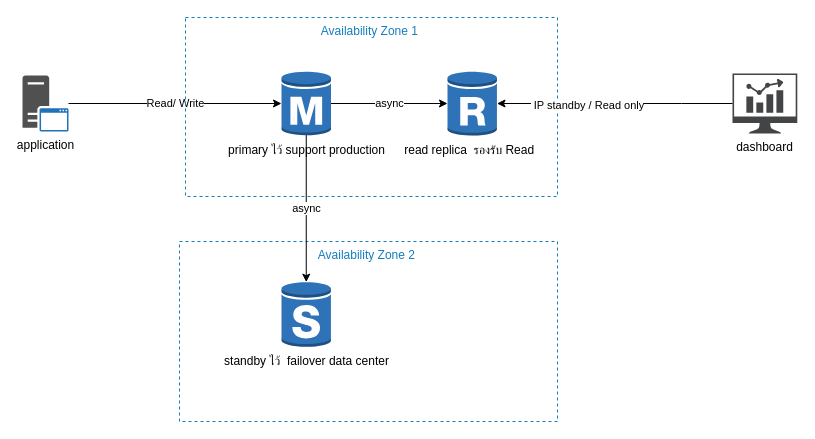
This is page "Primary,Read replca,Standby" (4 of 4) of share_collection.drawio from monliepops/drawio, a draw.io file, before an edit. Source tidied: cells renumbered, new cells numbered last; positions are measured from the earlier drawing's top-left corner, leaving out a move shared by most shapes. Both pictures are drawn from the tidied source at 100%, with x=0, y=0 at pixel (22, 17).
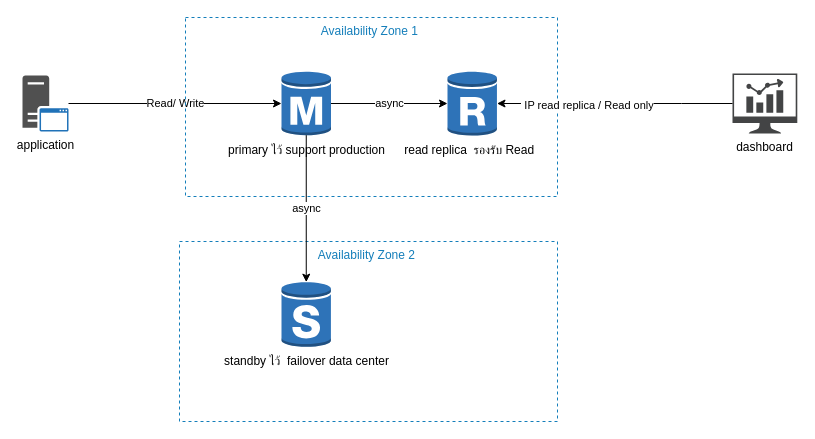
The same diagram, later.

The edit, as a diff of the source:
```diff
@@
 <mxGraphModel>
   <root>
     <mxCell id="0" />
     <mxCell id="1" parent="0" />
     <mxCell id="2" value="read replica &amp;nbsp;รองรับ Read &amp;nbsp;" style="outlineConnect=0;dashed=0;verticalLabelPosition=bottom;verticalAlign=top;align=center;html=1;shape=mxgraph.aws3.rds_db_instance_read_replica;fillColor=#2E73B8;gradientColor=none;" parent="1" vertex="1">
       <mxGeometry x="425" y="53" width="49.5" height="66" as="geometry" />
     </mxCell>
     <mxCell id="3" value="primary ไว้ support production" style="outlineConnect=0;dashed=0;verticalLabelPosition=bottom;verticalAlign=top;align=center;html=1;shape=mxgraph.aws3.rds_db_instance;fillColor=#2E73B8;gradientColor=none;" parent="1" vertex="1">
       <mxGeometry x="259" y="53" width="49.5" height="66" as="geometry" />
     </mxCell>
     <mxCell id="4" value="Availability Zone 2&amp;nbsp;" style="fillColor=none;strokeColor=#147EBA;dashed=1;verticalAlign=top;fontStyle=0;fontColor=#147EBA;whiteSpace=wrap;html=1;" parent="1" vertex="1">
       <mxGeometry x="157" y="224" width="378" height="180" as="geometry" />
     </mxCell>
     <mxCell id="5" value="dashboard" style="sketch=0;shadow=0;dashed=0;html=1;strokeColor=none;fillColor=#434445;labelPosition=center;verticalLabelPosition=bottom;verticalAlign=top;align=center;outlineConnect=0;shape=mxgraph.vvd.nsx_dashboard;" parent="1" vertex="1">
       <mxGeometry x="710" y="55.9" width="64.8" height="60.2" as="geometry" />
     </mxCell>
     <mxCell id="6" value="application" style="sketch=0;shadow=0;dashed=0;html=1;strokeColor=none;fillColor=#505050;labelPosition=center;verticalLabelPosition=bottom;verticalAlign=top;outlineConnect=0;align=center;shape=mxgraph.office.servers.application_server_blue;" parent="1" vertex="1">
       <mxGeometry y="58" width="46" height="56" as="geometry" />
     </mxCell>
     <mxCell id="7" value="Read/ Write" style="edgeStyle=orthogonalEdgeStyle;rounded=0;jettySize=auto;html=1;entryX=0;entryY=0.5;entryDx=0;entryDy=0;entryPerimeter=0;" parent="1" edge="1" source="6" target="3">
       <mxGeometry relative="1" as="geometry" />
     </mxCell>
     <mxCell id="8" value="standby ไว้ &amp;nbsp;failover data center" style="outlineConnect=0;dashed=0;verticalLabelPosition=bottom;verticalAlign=top;align=center;html=1;shape=mxgraph.aws3.rds_db_instance_standby_multi_az;fillColor=#2E73B8;gradientColor=none;" parent="1" vertex="1">
       <mxGeometry x="259" y="264" width="49.5" height="66" as="geometry" />
     </mxCell>
     <mxCell id="9" value="async" style="edgeStyle=orthogonalEdgeStyle;rounded=0;jettySize=auto;html=1;entryX=0;entryY=0.5;entryDx=0;entryDy=0;entryPerimeter=0;" parent="1" edge="1" source="3" target="2">
       <mxGeometry relative="1" as="geometry" />
     </mxCell>
     <mxCell id="10" value="Availability Zone 1&amp;nbsp;" style="fillColor=none;strokeColor=#147EBA;dashed=1;verticalAlign=top;fontStyle=0;fontColor=#147EBA;whiteSpace=wrap;html=1;" parent="1" vertex="1">
       <mxGeometry x="163" width="372" height="179" as="geometry" />
     </mxCell>
     <mxCell id="11" style="edgeStyle=orthogonalEdgeStyle;rounded=0;jettySize=auto;html=1;entryX=1;entryY=0.5;entryDx=0;entryDy=0;entryPerimeter=0;" parent="1" edge="1" source="5" target="2">
       <mxGeometry relative="1" as="geometry">
         <Array as="points">
           <mxPoint x="659" y="86" />
           <mxPoint x="659" y="86" />
         </Array>
       </mxGeometry>
     </mxCell>
-    <mxCell id="12" value="&amp;nbsp;IP standby / Read only" style="edgeLabel;html=1;align=center;verticalAlign=middle;" parent="11" vertex="1">
+    <mxCell id="12" value="&amp;nbsp;IP read replica / Read only" style="edgeLabel;html=1;align=center;verticalAlign=middle;" parent="11" vertex="1">
       <mxGeometry x="0.24" y="1" relative="1" as="geometry" />
     </mxCell>
     <mxCell id="13" value="async" style="edgeStyle=orthogonalEdgeStyle;rounded=0;jettySize=auto;html=1;exitX=0.5;exitY=0.98;exitDx=0;exitDy=0;exitPerimeter=0;entryX=0.5;entryY=0.01;entryDx=0;entryDy=0;entryPerimeter=0;" parent="1" edge="1" source="3" target="8">
       <mxGeometry relative="1" as="geometry" />
     </mxCell>
   </root>
 </mxGraphModel>
```
